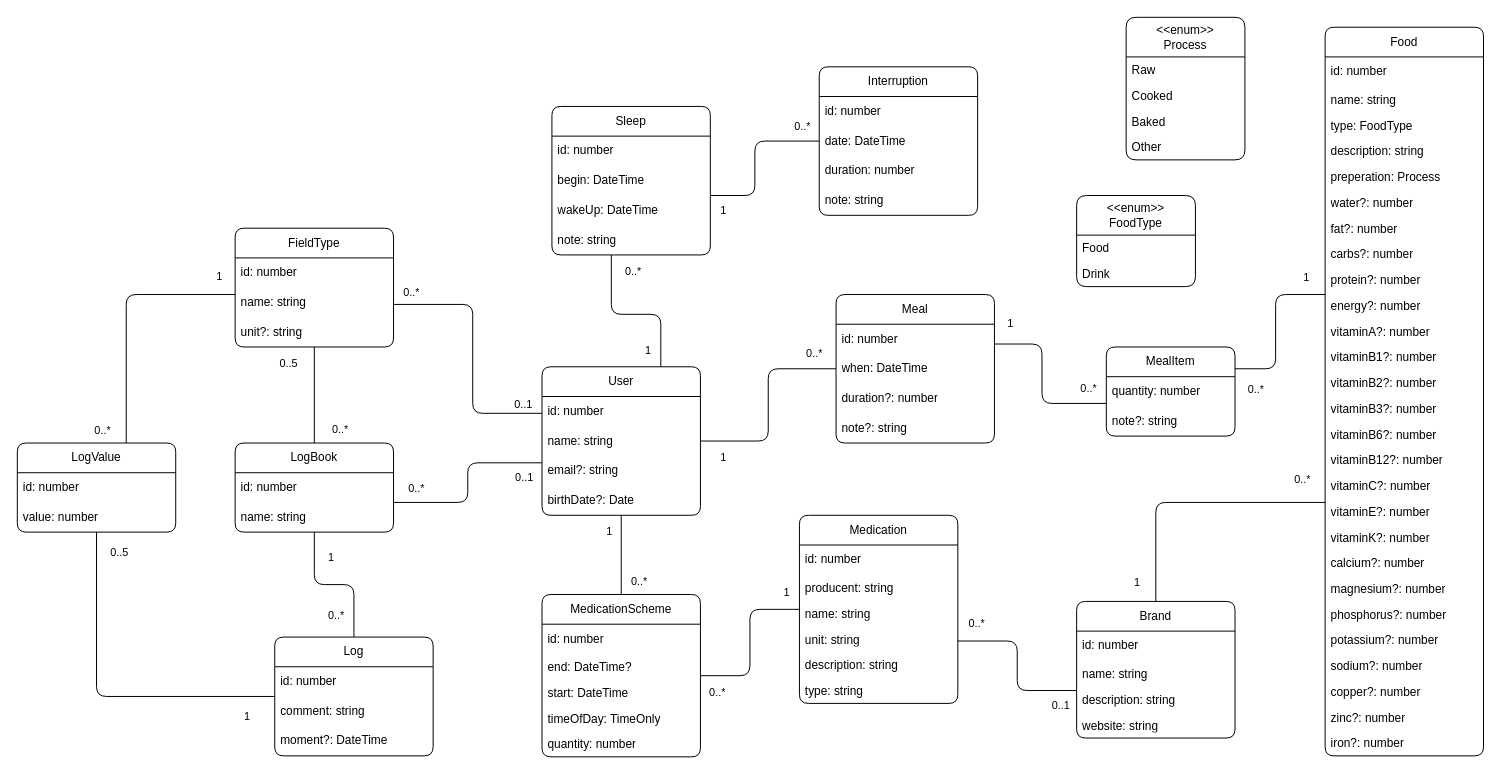
Above: page "Domain" (1 of 2) of doc/medikojs.drawio in rafalhogent/medikoJs (draw.io), before the change. Source tidied: cells renumbered, new cells numbered last; positions are measured from the earlier drawing's top-left corner, leaving out a move shared by most shapes. Both pictures are drawn from the tidied source at 99%, with x=0, y=0 at pixel (17, 17).
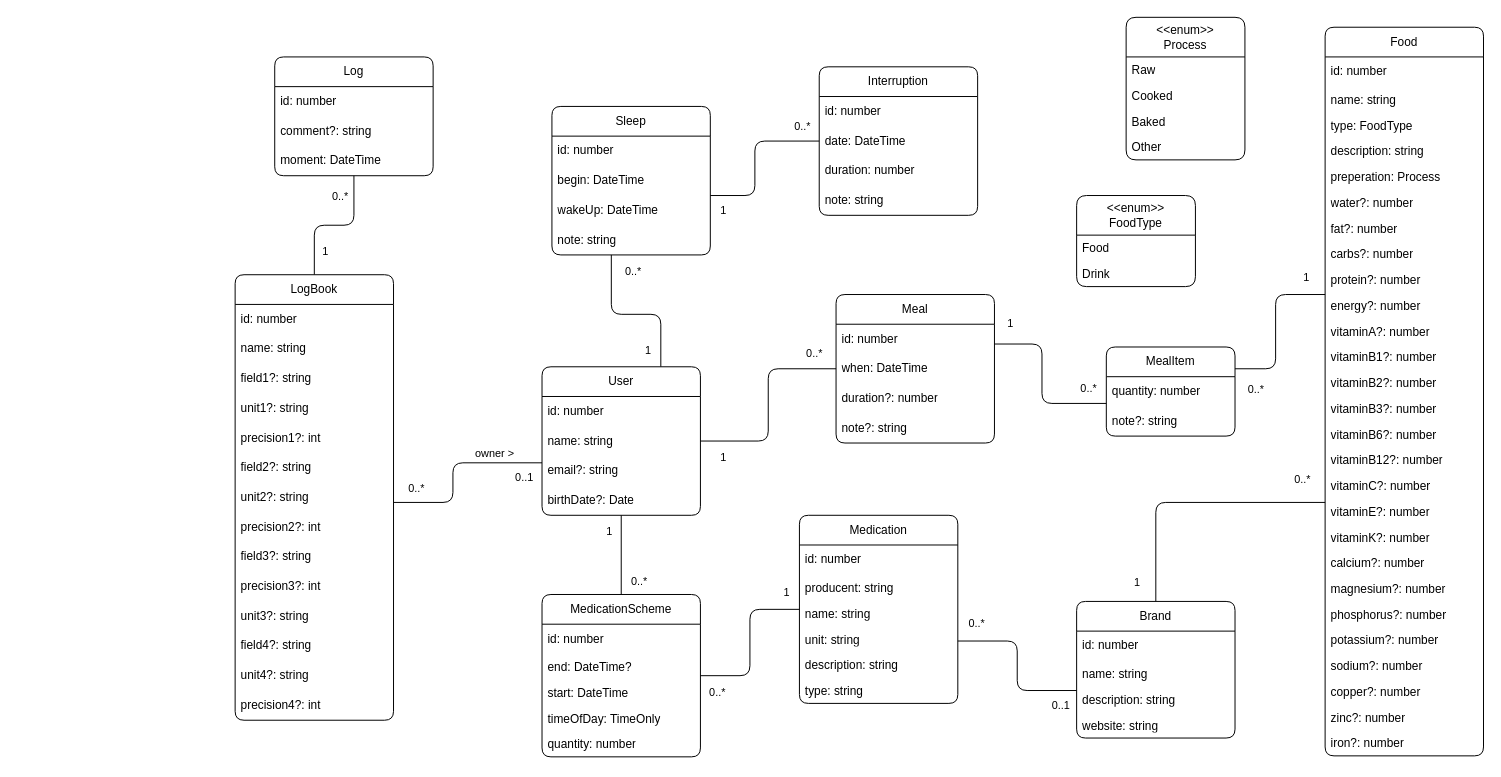
The same diagram, later.

Commit message:
class diagram update, logbook model changed

Unchanged cells that the change refers to:
```xml
<mxCell id="17" value="User" style="swimlane;fontStyle=0;horizontal=1;startSize=30;whiteSpace=wrap;html=1;arcSize=10;comic=0;rounded=1;" parent="1" vertex="1">
  <mxGeometry x="530" y="353" width="160" height="150" as="geometry" />
</mxCell>
<mxCell id="22" style="edgeStyle=orthogonalEdgeStyle;rounded=1;jettySize=auto;html=1;startArrow=none;startFill=0;endArrow=none;endFill=0;endSize=10;startSize=10;" parent="1" edge="1" source="28" target="34">
  <mxGeometry relative="1" as="geometry" />
</mxCell>
```

Diff of the diagram source:
```diff
@@
     <mxCell id="2" style="edgeStyle=orthogonalEdgeStyle;rounded=1;jettySize=auto;html=1;endArrow=none;startArrow=none;startFill=0;endFill=0;endSize=10;startSize=10;" parent="1" edge="1" source="17" target="28">
       <mxGeometry relative="1" as="geometry">
         <Array as="points">
-          <mxPoint x="455" y="450" />
-          <mxPoint x="455" y="490" />
+          <mxPoint x="440" y="450" />
+          <mxPoint x="440" y="490" />
         </Array>
       </mxGeometry>
     </mxCell>
@@
-    <mxCell id="5" style="edgeStyle=orthogonalEdgeStyle;rounded=1;jettySize=auto;html=1;startArrow=none;startFill=0;endArrow=none;endFill=0;endSize=10;startSize=10;" parent="1" edge="1" source="17" target="38">
-      <mxGeometry relative="1" as="geometry">
-        <Array as="points">
-          <mxPoint x="460" y="400" />
-          <mxPoint x="460" y="290" />
-        </Array>
-      </mxGeometry>
-    </mxCell>
-    <mxCell id="6" value="0..1" style="edgeLabel;html=1;align=center;verticalAlign=middle;" parent="5" vertex="1">
-      <mxGeometry x="-0.92" y="-1" relative="1" as="geometry">
-        <mxPoint x="-10" y="-9" as="offset" />
-      </mxGeometry>
-    </mxCell>
-    <mxCell id="7" value="0..*" style="edgeLabel;html=1;align=center;verticalAlign=middle;" parent="5" vertex="1">
-      <mxGeometry x="0.87" y="1" relative="1" as="geometry">
-        <mxPoint y="-14" as="offset" />
-      </mxGeometry>
-    </mxCell>
+    <mxCell id="138" value="owner &amp;gt;" style="edgeLabel;html=1;align=center;verticalAlign=middle;" parent="2" vertex="1">
+      <mxGeometry x="-0.4" y="-1" relative="1" as="geometry">
+        <mxPoint x="8" y="-9" as="offset" />
+      </mxGeometry>
+    </mxCell>
@@
     <mxCell id="24" value="0..*" style="edgeLabel;html=1;align=center;verticalAlign=middle;" parent="22" vertex="1">
       <mxGeometry x="0.69" y="2" relative="1" as="geometry">
-        <mxPoint x="-21" as="offset" />
+        <mxPoint x="-13" y="-2" as="offset" />
       </mxGeometry>
     </mxCell>
-    <mxCell id="25" style="edgeStyle=orthogonalEdgeStyle;rounded=1;jettySize=auto;html=1;startArrow=none;startFill=0;endArrow=none;endFill=0;endSize=10;startSize=10;" parent="1" edge="1" source="28" target="38">
-      <mxGeometry relative="1" as="geometry">
-        <Array as="points">
-          <mxPoint x="300" y="280" />
-          <mxPoint x="300" y="280" />
-        </Array>
-      </mxGeometry>
-    </mxCell>
-    <mxCell id="26" value="0..5" style="edgeLabel;html=1;align=center;verticalAlign=middle;" parent="25" vertex="1">
-      <mxGeometry x="0.67" y="-1" relative="1" as="geometry">
-        <mxPoint x="-28" as="offset" />
-      </mxGeometry>
-    </mxCell>
-    <mxCell id="27" value="0..*" style="edgeLabel;html=1;align=center;verticalAlign=middle;" parent="25" vertex="1">
-      <mxGeometry x="-0.7" y="1" relative="1" as="geometry">
-        <mxPoint x="26" as="offset" />
-      </mxGeometry>
-    </mxCell>
     <mxCell id="28" value="LogBook" style="swimlane;fontStyle=0;horizontal=1;startSize=30;whiteSpace=wrap;html=1;arcSize=10;comic=0;rounded=1;swimlaneLine=1;portConstraintRotation=0;" parent="1" vertex="1">
-      <mxGeometry x="220" y="430" width="160" height="90" as="geometry" />
+      <mxGeometry x="220" y="260" width="160" height="450" as="geometry" />
     </mxCell>
@@
-    <mxCell id="31" style="edgeStyle=orthogonalEdgeStyle;rounded=1;jettySize=auto;html=1;startArrow=none;startFill=0;endArrow=none;endFill=0;endSize=10;startSize=10;" parent="1" edge="1" source="34" target="45">
-      <mxGeometry relative="1" as="geometry" />
-    </mxCell>
-    <mxCell id="32" value="0..5" style="edgeLabel;html=1;align=center;verticalAlign=middle;" parent="31" vertex="1">
-      <mxGeometry x="0.83" relative="1" as="geometry">
-        <mxPoint x="22" y="-9" as="offset" />
-      </mxGeometry>
-    </mxCell>
-    <mxCell id="33" value="1" style="edgeLabel;html=1;align=center;verticalAlign=middle;" parent="31" vertex="1">
-      <mxGeometry x="-0.85" relative="1" as="geometry">
-        <mxPoint x="-3" y="19" as="offset" />
-      </mxGeometry>
-    </mxCell>
+    <mxCell id="139" value="field1?: string" style="text;strokeColor=none;fillColor=none;align=left;verticalAlign=middle;spacingLeft=4;spacingRight=4;overflow=hidden;whiteSpace=wrap;html=1;" parent="28" vertex="1">
+      <mxGeometry y="90" width="160" height="30" as="geometry" />
+    </mxCell>
+    <mxCell id="140" value="unit1?: string" style="text;strokeColor=none;fillColor=none;align=left;verticalAlign=middle;spacingLeft=4;spacingRight=4;overflow=hidden;whiteSpace=wrap;html=1;" parent="28" vertex="1">
+      <mxGeometry y="120" width="160" height="30" as="geometry" />
+    </mxCell>
+    <mxCell id="141" value="precision1?: int" style="text;strokeColor=none;fillColor=none;align=left;verticalAlign=middle;spacingLeft=4;spacingRight=4;overflow=hidden;whiteSpace=wrap;html=1;" parent="28" vertex="1">
+      <mxGeometry y="150" width="160" height="30" as="geometry" />
+    </mxCell>
+    <mxCell id="142" value="field2?: string" style="text;strokeColor=none;fillColor=none;align=left;verticalAlign=middle;spacingLeft=4;spacingRight=4;overflow=hidden;whiteSpace=wrap;html=1;" parent="28" vertex="1">
+      <mxGeometry y="180" width="160" height="30" as="geometry" />
+    </mxCell>
+    <mxCell id="143" value="unit2?: string" style="text;strokeColor=none;fillColor=none;align=left;verticalAlign=middle;spacingLeft=4;spacingRight=4;overflow=hidden;whiteSpace=wrap;html=1;" parent="28" vertex="1">
+      <mxGeometry y="210" width="160" height="30" as="geometry" />
+    </mxCell>
+    <mxCell id="144" value="precision2?: int" style="text;strokeColor=none;fillColor=none;align=left;verticalAlign=middle;spacingLeft=4;spacingRight=4;overflow=hidden;whiteSpace=wrap;html=1;" parent="28" vertex="1">
+      <mxGeometry y="240" width="160" height="30" as="geometry" />
+    </mxCell>
+    <mxCell id="145" value="field3?: string" style="text;strokeColor=none;fillColor=none;align=left;verticalAlign=middle;spacingLeft=4;spacingRight=4;overflow=hidden;whiteSpace=wrap;html=1;" parent="28" vertex="1">
+      <mxGeometry y="270" width="160" height="30" as="geometry" />
+    </mxCell>
+    <mxCell id="146" value="precision3?: int" style="text;strokeColor=none;fillColor=none;align=left;verticalAlign=middle;spacingLeft=4;spacingRight=4;overflow=hidden;whiteSpace=wrap;html=1;" parent="28" vertex="1">
+      <mxGeometry y="300" width="160" height="30" as="geometry" />
+    </mxCell>
+    <mxCell id="147" value="unit3?: string" style="text;strokeColor=none;fillColor=none;align=left;verticalAlign=middle;spacingLeft=4;spacingRight=4;overflow=hidden;whiteSpace=wrap;html=1;" parent="28" vertex="1">
+      <mxGeometry y="330" width="160" height="30" as="geometry" />
+    </mxCell>
+    <mxCell id="148" value="field4?: string" style="text;strokeColor=none;fillColor=none;align=left;verticalAlign=middle;spacingLeft=4;spacingRight=4;overflow=hidden;whiteSpace=wrap;html=1;" parent="28" vertex="1">
+      <mxGeometry y="360" width="160" height="30" as="geometry" />
+    </mxCell>
+    <mxCell id="149" value="unit4?: string" style="text;strokeColor=none;fillColor=none;align=left;verticalAlign=middle;spacingLeft=4;spacingRight=4;overflow=hidden;whiteSpace=wrap;html=1;" parent="28" vertex="1">
+      <mxGeometry y="390" width="160" height="30" as="geometry" />
+    </mxCell>
+    <mxCell id="150" value="precision4?: int" style="text;strokeColor=none;fillColor=none;align=left;verticalAlign=middle;spacingLeft=4;spacingRight=4;overflow=hidden;whiteSpace=wrap;html=1;" parent="28" vertex="1">
+      <mxGeometry y="420" width="160" height="30" as="geometry" />
+    </mxCell>
     <mxCell id="34" value="Log" style="swimlane;fontStyle=0;horizontal=1;startSize=30;whiteSpace=wrap;html=1;arcSize=10;comic=0;rounded=1;" parent="1" vertex="1">
-      <mxGeometry x="260" y="626" width="160" height="120" as="geometry" />
+      <mxGeometry x="260" y="40" width="160" height="120" as="geometry" />
     </mxCell>
@@
-    <mxCell id="36" value="comment: string" style="text;strokeColor=none;fillColor=none;align=left;verticalAlign=middle;spacingLeft=4;spacingRight=4;overflow=hidden;whiteSpace=wrap;html=1;" parent="34" vertex="1">
+    <mxCell id="36" value="comment?: string" style="text;strokeColor=none;fillColor=none;align=left;verticalAlign=middle;spacingLeft=4;spacingRight=4;overflow=hidden;whiteSpace=wrap;html=1;" parent="34" vertex="1">
       <mxGeometry y="60" width="160" height="30" as="geometry" />
     </mxCell>
-    <mxCell id="37" value="moment?: DateTime" style="text;strokeColor=none;fillColor=none;align=left;verticalAlign=middle;spacingLeft=4;spacingRight=4;overflow=hidden;whiteSpace=wrap;html=1;" parent="34" vertex="1">
+    <mxCell id="37" value="moment: DateTime" style="text;strokeColor=none;fillColor=none;align=left;verticalAlign=middle;spacingLeft=4;spacingRight=4;overflow=hidden;whiteSpace=wrap;html=1;" parent="34" vertex="1">
       <mxGeometry y="90" width="160" height="30" as="geometry" />
     </mxCell>
-    <mxCell id="38" value="FieldType" style="swimlane;fontStyle=0;horizontal=1;startSize=30;whiteSpace=wrap;html=1;arcSize=10;comic=0;rounded=1;" parent="1" vertex="1">
-      <mxGeometry x="220" y="213" width="160" height="120" as="geometry" />
-    </mxCell>
-    <mxCell id="39" value="id: number" style="text;strokeColor=none;fillColor=none;align=left;verticalAlign=middle;spacingLeft=4;spacingRight=4;overflow=hidden;whiteSpace=wrap;html=1;" parent="38" vertex="1">
-      <mxGeometry y="30" width="160" height="30" as="geometry" />
-    </mxCell>
-    <mxCell id="40" value="name: string" style="text;strokeColor=none;fillColor=none;align=left;verticalAlign=middle;spacingLeft=4;spacingRight=4;overflow=hidden;whiteSpace=wrap;html=1;" parent="38" vertex="1">
-      <mxGeometry y="60" width="160" height="30" as="geometry" />
-    </mxCell>
-    <mxCell id="41" value="unit?: string" style="text;strokeColor=none;fillColor=none;align=left;verticalAlign=middle;spacingLeft=4;spacingRight=4;overflow=hidden;whiteSpace=wrap;html=1;" parent="38" vertex="1">
-      <mxGeometry y="90" width="160" height="30" as="geometry" />
-    </mxCell>
-    <mxCell id="42" style="edgeStyle=orthogonalEdgeStyle;rounded=1;jettySize=auto;html=1;startArrow=none;startFill=0;endArrow=none;endFill=0;endSize=10;startSize=10;" parent="1" edge="1" source="45" target="38">
-      <mxGeometry relative="1" as="geometry">
-        <Array as="points">
-          <mxPoint x="110" y="280" />
-        </Array>
-      </mxGeometry>
-    </mxCell>
-    <mxCell id="43" value="1" style="edgeLabel;html=1;align=center;verticalAlign=middle;" parent="42" vertex="1">
-      <mxGeometry x="0.88" relative="1" as="geometry">
-        <mxPoint x="-1" y="-19" as="offset" />
-      </mxGeometry>
-    </mxCell>
-    <mxCell id="44" value="0..*" style="edgeLabel;html=1;align=center;verticalAlign=middle;" parent="42" vertex="1">
-      <mxGeometry x="-0.86" relative="1" as="geometry">
-        <mxPoint x="-25" y="4" as="offset" />
-      </mxGeometry>
-    </mxCell>
-    <mxCell id="45" value="LogValue" style="swimlane;fontStyle=0;horizontal=1;startSize=30;whiteSpace=wrap;html=1;arcSize=10;comic=0;rounded=1;" parent="1" vertex="1">
-      <mxGeometry y="430" width="160" height="90" as="geometry" />
-    </mxCell>
-    <mxCell id="46" value="id: number" style="text;strokeColor=none;fillColor=none;align=left;verticalAlign=middle;spacingLeft=4;spacingRight=4;overflow=hidden;whiteSpace=wrap;html=1;" parent="45" vertex="1">
-      <mxGeometry y="30" width="160" height="30" as="geometry" />
-    </mxCell>
-    <mxCell id="47" value="value: number" style="text;strokeColor=none;fillColor=none;align=left;verticalAlign=middle;spacingLeft=4;spacingRight=4;overflow=hidden;whiteSpace=wrap;html=1;" parent="45" vertex="1">
-      <mxGeometry y="60" width="160" height="30" as="geometry" />
-    </mxCell>
```
